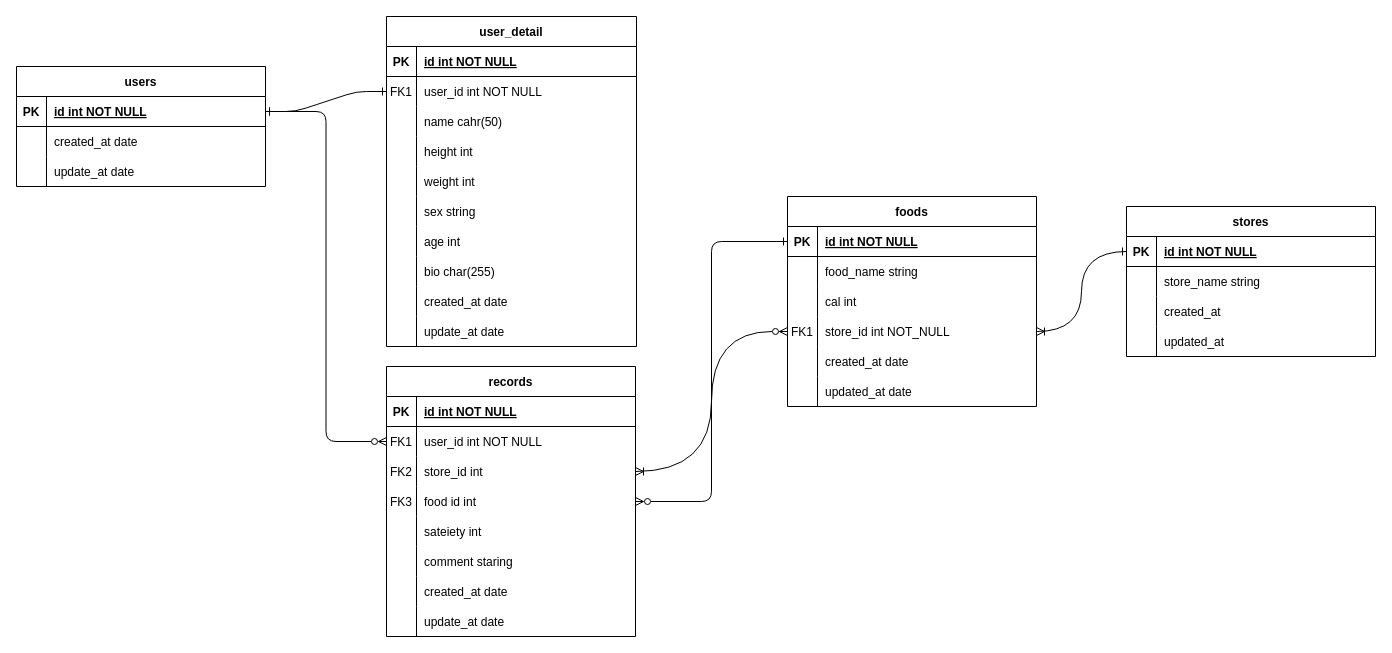
Before: Entity-Relationship-Diagram.drawio in kouki515/Sati8n-Backend, a draw.io diagram. Source tidied: cells renumbered, new cells numbered last; positions are measured from the earlier drawing's top-left corner, leaving out a move shared by most shapes. Both pictures are drawn from the tidied source at 100%, with x=0, y=0 at pixel (16, 16).
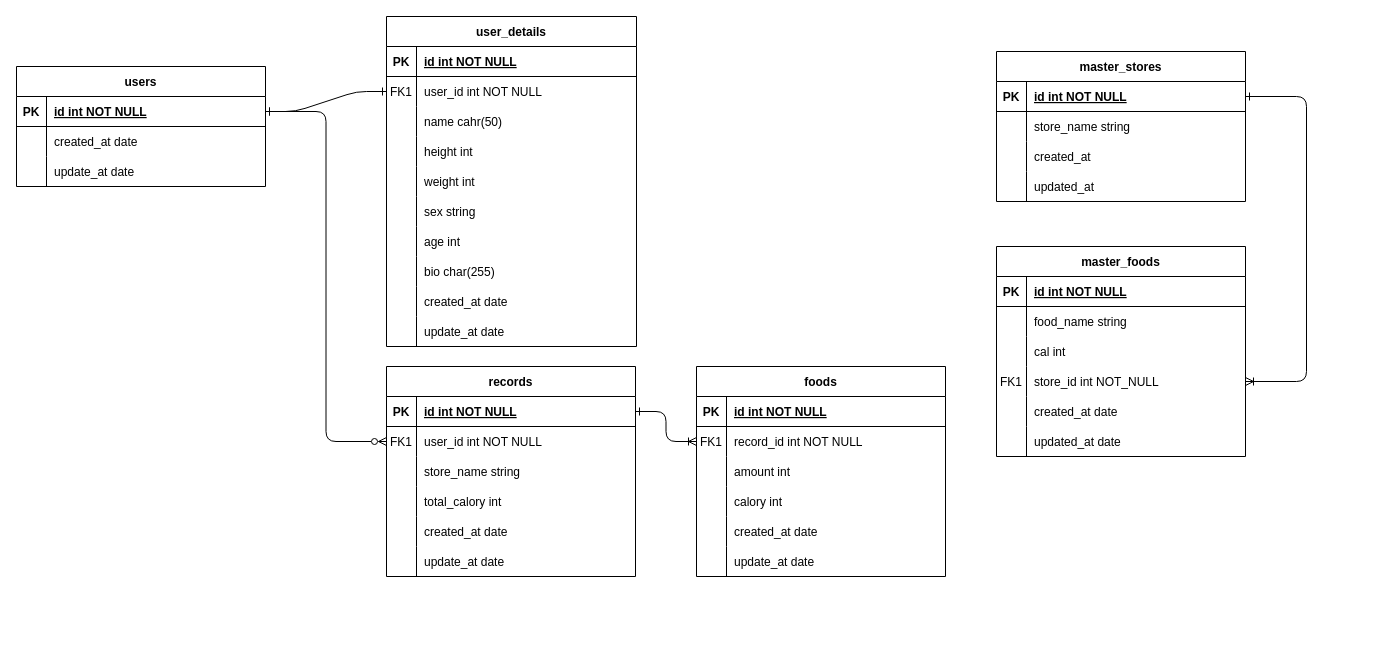
The same page after the edit.

Unchanged cells that the change refers to:
```xml
<mxCell id="45" style="shape=partialRectangle;fillColor=none;points=[[0,0.5],[1,0.5]];portConstraint=eastwest;top=0;left=0;right=0;bottom=1;" parent="44" vertex="1">
  <mxGeometry y="30" width="249" height="30" as="geometry" />
</mxCell>
<mxCell id="51" style="shape=partialRectangle;fillColor=none;points=[[0,0.5],[1,0.5]];portConstraint=eastwest;top=0;left=0;right=0;bottom=0;" parent="44" vertex="1">
  <mxGeometry y="90" width="249" height="30" as="geometry" />
</mxCell>
<mxCell id="70" style="shape=partialRectangle;fillColor=none;points=[[0,0.5],[1,0.5]];portConstraint=eastwest;top=0;left=0;right=0;bottom=1;" parent="69" vertex="1">
  <mxGeometry y="30" width="249" height="30" as="geometry" />
</mxCell>
<mxCell id="79" style="shape=partialRectangle;fillColor=none;points=[[0,0.5],[1,0.5]];portConstraint=eastwest;top=0;left=0;right=0;bottom=0;" parent="69" vertex="1">
  <mxGeometry y="120" width="249" height="30" as="geometry" />
</mxCell>
<mxCell id="90" style="shape=partialRectangle;fillColor=none;points=[[0,0.5],[1,0.5]];portConstraint=eastwest;top=0;left=0;right=0;bottom=1;" parent="89" vertex="1">
  <mxGeometry y="30" width="249" height="30" as="geometry" />
</mxCell>
```

Change to the diagram source:
```diff
@@
-    <mxCell id="3" value="user_detail" style="shape=table;startSize=30;childLayout=tableLayout;rowLines=0;fontStyle=1;align=center;" parent="1" vertex="1">
+    <mxCell id="3" value="user_details" style="shape=table;startSize=30;childLayout=tableLayout;rowLines=0;fontStyle=1;align=center;" parent="1" vertex="1">
       <mxGeometry x="370" width="250" height="330" as="geometry" />
     </mxCell>
@@
     <mxCell id="44" value="records" style="shape=table;startSize=30;childLayout=tableLayout;rowLines=0;fontStyle=1;align=center;" parent="1" vertex="1">
-      <mxGeometry x="370" y="350" width="249" height="270" as="geometry" />
+      <mxGeometry x="370" y="350" width="249" height="210" as="geometry" />
     </mxCell>
@@
-    <mxCell id="52" value="FK2" style="shape=partialRectangle;overflow=hidden;fillColor=none;top=0;left=0;bottom=0;right=0;" parent="51" vertex="1">
+    <mxCell id="52" style="shape=partialRectangle;overflow=hidden;fillColor=none;top=0;left=0;bottom=0;right=0;" parent="51" vertex="1">
       <mxGeometry width="30" height="30" as="geometry" />
     </mxCell>
-    <mxCell id="53" value="store_id int" style="shape=partialRectangle;overflow=hidden;fillColor=none;top=0;left=0;bottom=0;right=0;align=left;spacingLeft=6;" parent="51" vertex="1">
+    <mxCell id="53" value="store_name string" style="shape=partialRectangle;overflow=hidden;fillColor=none;top=0;left=0;bottom=0;right=0;align=left;spacingLeft=6;" parent="51" vertex="1">
       <mxGeometry x="30" width="219" height="30" as="geometry" />
     </mxCell>
-    <mxCell id="54" style="shape=partialRectangle;fillColor=none;points=[[0,0.5],[1,0.5]];portConstraint=eastwest;top=0;left=0;right=0;bottom=0;" parent="44" vertex="1">
-      <mxGeometry y="120" width="249" height="30" as="geometry" />
-    </mxCell>
-    <mxCell id="55" value="FK3" style="shape=partialRectangle;overflow=hidden;fillColor=none;top=0;left=0;bottom=0;right=0;" parent="54" vertex="1">
-      <mxGeometry width="30" height="30" as="geometry" />
-    </mxCell>
-    <mxCell id="56" value="food id int" style="shape=partialRectangle;overflow=hidden;fillColor=none;top=0;left=0;bottom=0;right=0;align=left;spacingLeft=6;" parent="54" vertex="1">
-      <mxGeometry x="30" width="219" height="30" as="geometry" />
-    </mxCell>
-    <mxCell id="57" style="shape=partialRectangle;fillColor=none;top=0;left=0;right=0;bottom=0;" parent="44" vertex="1">
-      <mxGeometry y="150" width="249" height="30" as="geometry" />
-    </mxCell>
-    <mxCell id="58" style="shape=partialRectangle;overflow=hidden;fillColor=none;top=0;left=0;bottom=0;right=0;" parent="57" vertex="1">
-      <mxGeometry width="30" height="30" as="geometry" />
-    </mxCell>
-    <mxCell id="59" value="sateiety int" style="shape=partialRectangle;overflow=hidden;fillColor=none;top=0;left=0;bottom=0;right=0;align=left;spacingLeft=6;" parent="57" vertex="1">
-      <mxGeometry x="30" width="219" height="30" as="geometry" />
-    </mxCell>
     <mxCell id="60" style="shape=partialRectangle;fillColor=none;top=0;left=0;right=0;bottom=0;" parent="44" vertex="1">
-      <mxGeometry y="180" width="249" height="30" as="geometry" />
+      <mxGeometry y="120" width="249" height="30" as="geometry" />
     </mxCell>
@@
-    <mxCell id="62" value="comment staring" style="shape=partialRectangle;overflow=hidden;fillColor=none;top=0;left=0;bottom=0;right=0;align=left;spacingLeft=6;" parent="60" vertex="1">
+    <mxCell id="62" value="total_calory int" style="shape=partialRectangle;overflow=hidden;fillColor=none;top=0;left=0;bottom=0;right=0;align=left;spacingLeft=6;" parent="60" vertex="1">
       <mxGeometry x="30" width="219" height="30" as="geometry" />
     </mxCell>
     <mxCell id="63" style="shape=partialRectangle;fillColor=none;top=0;left=0;right=0;bottom=0;" parent="44" vertex="1">
-      <mxGeometry y="210" width="249" height="30" as="geometry" />
+      <mxGeometry y="150" width="249" height="30" as="geometry" />
     </mxCell>
@@
     <mxCell id="66" style="shape=partialRectangle;fillColor=none;top=0;left=0;right=0;bottom=0;" parent="44" vertex="1">
-      <mxGeometry y="240" width="249" height="30" as="geometry" />
+      <mxGeometry y="180" width="249" height="30" as="geometry" />
     </mxCell>
@@
-    <mxCell id="69" value="foods" style="shape=table;startSize=30;childLayout=tableLayout;rowLines=0;fontStyle=1;align=center;" parent="1" vertex="1">
-      <mxGeometry x="771" y="180" width="249" height="210" as="geometry" />
+    <mxCell id="69" value="master_foods" style="shape=table;startSize=30;childLayout=tableLayout;rowLines=0;fontStyle=1;align=center;" parent="1" vertex="1">
+      <mxGeometry x="980" y="230" width="249" height="210" as="geometry" />
     </mxCell>
@@
-    <mxCell id="89" value="stores" style="shape=table;startSize=30;childLayout=tableLayout;rowLines=0;fontStyle=1;align=center;" parent="1" vertex="1">
-      <mxGeometry x="1110" y="190" width="249" height="150" as="geometry" />
+    <mxCell id="89" value="master_stores" style="shape=table;startSize=30;childLayout=tableLayout;rowLines=0;fontStyle=1;align=center;" parent="1" vertex="1">
+      <mxGeometry x="980" y="35" width="249" height="150" as="geometry" />
     </mxCell>
@@
-    <mxCell id="102" style="edgeStyle=orthogonalEdgeStyle;html=1;startArrow=ERzeroToMany;startFill=0;endArrow=ERone;endFill=0;" parent="1" edge="1" source="54" target="70">
-      <mxGeometry relative="1" as="geometry" />
-    </mxCell>
-    <mxCell id="103" style="edgeStyle=orthogonalEdgeStyle;curved=1;html=1;exitX=1;exitY=0.5;exitDx=0;exitDy=0;entryX=0;entryY=0.5;entryDx=0;entryDy=0;startArrow=ERoneToMany;startFill=0;endArrow=ERone;endFill=0;" parent="1" edge="1" source="79" target="90">
-      <mxGeometry relative="1" as="geometry" />
+    <mxCell id="103" style="edgeStyle=orthogonalEdgeStyle;html=1;exitX=1;exitY=0.5;exitDx=0;exitDy=0;entryX=1;entryY=0.5;entryDx=0;entryDy=0;startArrow=ERoneToMany;startFill=0;endArrow=ERone;endFill=0;" parent="1" edge="1" source="79" target="90">
+      <mxGeometry relative="1" as="geometry">
+        <Array as="points">
+          <mxPoint x="1290" y="365" />
+          <mxPoint x="1290" y="80" />
+        </Array>
+      </mxGeometry>
     </mxCell>
-    <mxCell id="104" style="edgeStyle=orthogonalEdgeStyle;curved=1;html=1;entryX=0;entryY=0.5;entryDx=0;entryDy=0;startArrow=ERoneToMany;startFill=0;endArrow=ERzeroToMany;endFill=0;" parent="1" edge="1" source="51" target="79">
-      <mxGeometry relative="1" as="geometry" />
-    </mxCell>
+    <mxCell id="105" value="foods" style="shape=table;startSize=30;childLayout=tableLayout;rowLines=0;fontStyle=1;align=center;" parent="1" vertex="1">
+      <mxGeometry x="680" y="350" width="249" height="210" as="geometry" />
+    </mxCell>
+    <mxCell id="106" style="shape=partialRectangle;fillColor=none;top=0;left=0;right=0;bottom=1;" parent="105" vertex="1">
+      <mxGeometry y="30" width="249" height="30" as="geometry" />
+    </mxCell>
+    <mxCell id="107" value="PK" style="shape=partialRectangle;overflow=hidden;fillColor=none;top=0;left=0;bottom=0;right=0;fontStyle=1;" parent="106" vertex="1">
+      <mxGeometry width="30" height="30" as="geometry" />
+    </mxCell>
+    <mxCell id="108" value="id int NOT NULL " style="shape=partialRectangle;overflow=hidden;fillColor=none;top=0;left=0;bottom=0;right=0;align=left;spacingLeft=6;fontStyle=5;" parent="106" vertex="1">
+      <mxGeometry x="30" width="219" height="30" as="geometry" />
+    </mxCell>
+    <mxCell id="109" style="shape=partialRectangle;fillColor=none;points=[[0,0.5],[1,0.5]];portConstraint=eastwest;top=0;left=0;right=0;bottom=0;" parent="105" vertex="1">
+      <mxGeometry y="60" width="249" height="30" as="geometry" />
+    </mxCell>
+    <mxCell id="110" value="FK1" style="shape=partialRectangle;overflow=hidden;fillColor=none;top=0;left=0;bottom=0;right=0;" parent="109" vertex="1">
+      <mxGeometry width="30" height="30" as="geometry" />
+    </mxCell>
+    <mxCell id="111" value="record_id int NOT NULL" style="shape=partialRectangle;overflow=hidden;fillColor=none;top=0;left=0;bottom=0;right=0;align=left;spacingLeft=6;" parent="109" vertex="1">
+      <mxGeometry x="30" width="219" height="30" as="geometry" />
+    </mxCell>
+    <mxCell id="112" style="shape=partialRectangle;fillColor=none;top=0;left=0;right=0;bottom=0;" parent="105" vertex="1">
+      <mxGeometry y="90" width="249" height="30" as="geometry" />
+    </mxCell>
+    <mxCell id="113" style="shape=partialRectangle;overflow=hidden;fillColor=none;top=0;left=0;bottom=0;right=0;" parent="112" vertex="1">
+      <mxGeometry width="30" height="30" as="geometry" />
+    </mxCell>
+    <mxCell id="114" value="amount int" style="shape=partialRectangle;overflow=hidden;fillColor=none;top=0;left=0;bottom=0;right=0;align=left;spacingLeft=6;" parent="112" vertex="1">
+      <mxGeometry x="30" width="219" height="30" as="geometry" />
+    </mxCell>
+    <mxCell id="54" style="shape=partialRectangle;fillColor=none;points=[[0,0.5],[1,0.5]];portConstraint=eastwest;top=0;left=0;right=0;bottom=0;" parent="105" vertex="1">
+      <mxGeometry y="120" width="249" height="30" as="geometry" />
+    </mxCell>
+    <mxCell id="115" style="shape=partialRectangle;overflow=hidden;fillColor=none;top=0;left=0;bottom=0;right=0;" parent="54" vertex="1">
+      <mxGeometry width="30" height="30" as="geometry" />
+    </mxCell>
+    <mxCell id="116" value="calory int" style="shape=partialRectangle;overflow=hidden;fillColor=none;top=0;left=0;bottom=0;right=0;align=left;spacingLeft=6;" parent="54" vertex="1">
+      <mxGeometry x="30" width="219" height="30" as="geometry" />
+    </mxCell>
+    <mxCell id="57" style="shape=partialRectangle;fillColor=none;top=0;left=0;right=0;bottom=0;" parent="105" vertex="1">
+      <mxGeometry y="150" width="249" height="30" as="geometry" />
+    </mxCell>
+    <mxCell id="117" style="shape=partialRectangle;overflow=hidden;fillColor=none;top=0;left=0;bottom=0;right=0;" parent="57" vertex="1">
+      <mxGeometry width="30" height="30" as="geometry" />
+    </mxCell>
+    <mxCell id="118" value="created_at date" style="shape=partialRectangle;overflow=hidden;fillColor=none;top=0;left=0;bottom=0;right=0;align=left;spacingLeft=6;" parent="57" vertex="1">
+      <mxGeometry x="30" width="219" height="30" as="geometry" />
+    </mxCell>
+    <mxCell id="119" style="shape=partialRectangle;fillColor=none;top=0;left=0;right=0;bottom=0;" parent="105" vertex="1">
+      <mxGeometry y="180" width="249" height="30" as="geometry" />
+    </mxCell>
+    <mxCell id="120" style="shape=partialRectangle;overflow=hidden;fillColor=none;top=0;left=0;bottom=0;right=0;" parent="119" vertex="1">
+      <mxGeometry width="30" height="30" as="geometry" />
+    </mxCell>
+    <mxCell id="121" value="update_at date" style="shape=partialRectangle;overflow=hidden;fillColor=none;top=0;left=0;bottom=0;right=0;align=left;spacingLeft=6;" parent="119" vertex="1">
+      <mxGeometry x="30" width="219" height="30" as="geometry" />
+    </mxCell>
+    <mxCell id="122" style="edgeStyle=orthogonalEdgeStyle;html=1;exitX=0;exitY=0.5;exitDx=0;exitDy=0;entryX=1;entryY=0.5;entryDx=0;entryDy=0;endArrow=ERone;endFill=0;startArrow=ERoneToMany;startFill=0;" parent="1" edge="1" source="109" target="45">
+      <mxGeometry relative="1" as="geometry" />
+    </mxCell>
```
